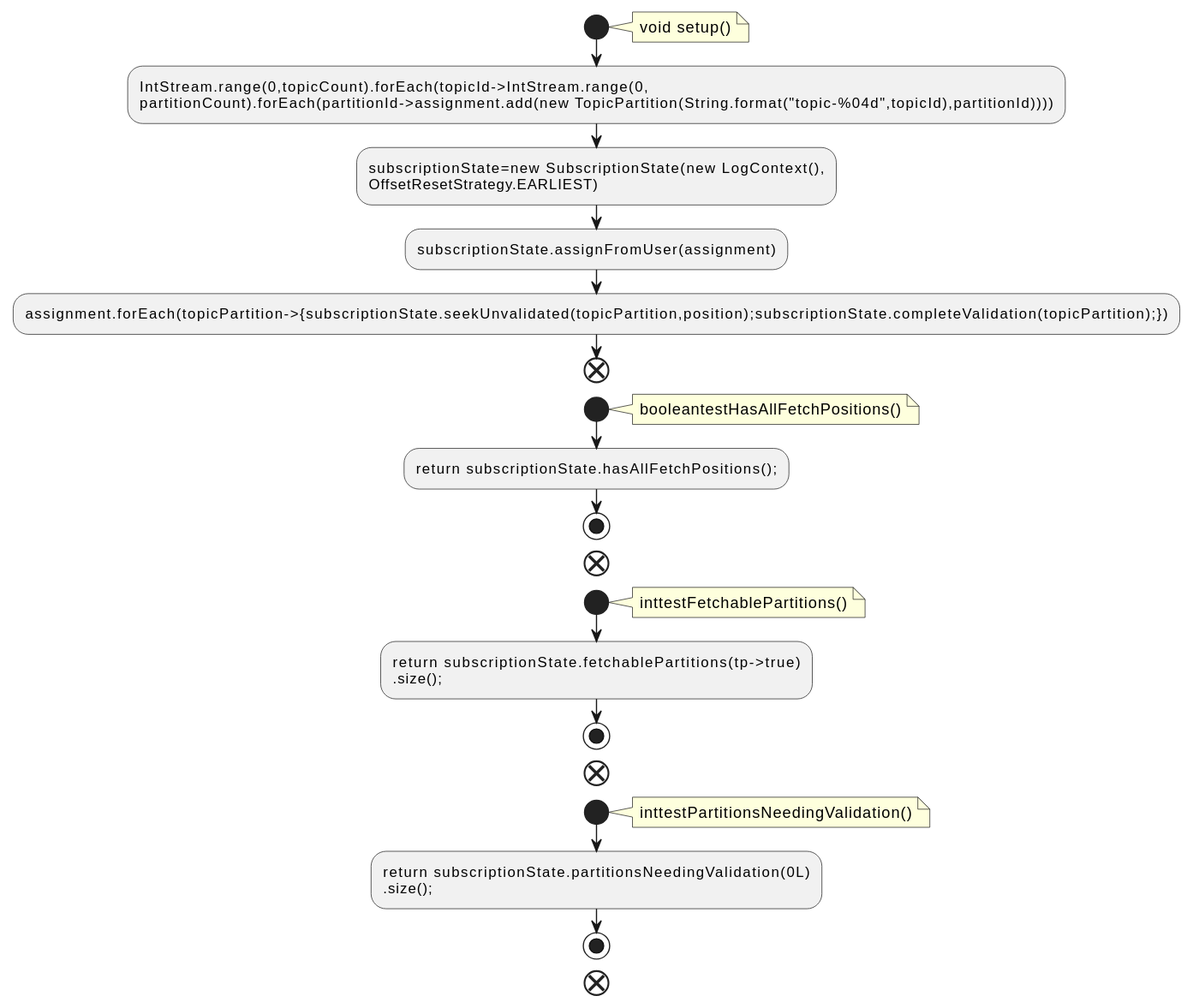
This is docs/qc/jmh-benchmarks/src/main/java/org/apache/kafka/jmh/consumer/SubscriptionStateBenchmark.java.fct.svg from qualitesys/kafka, a PlantUML export, as it was before one commit.
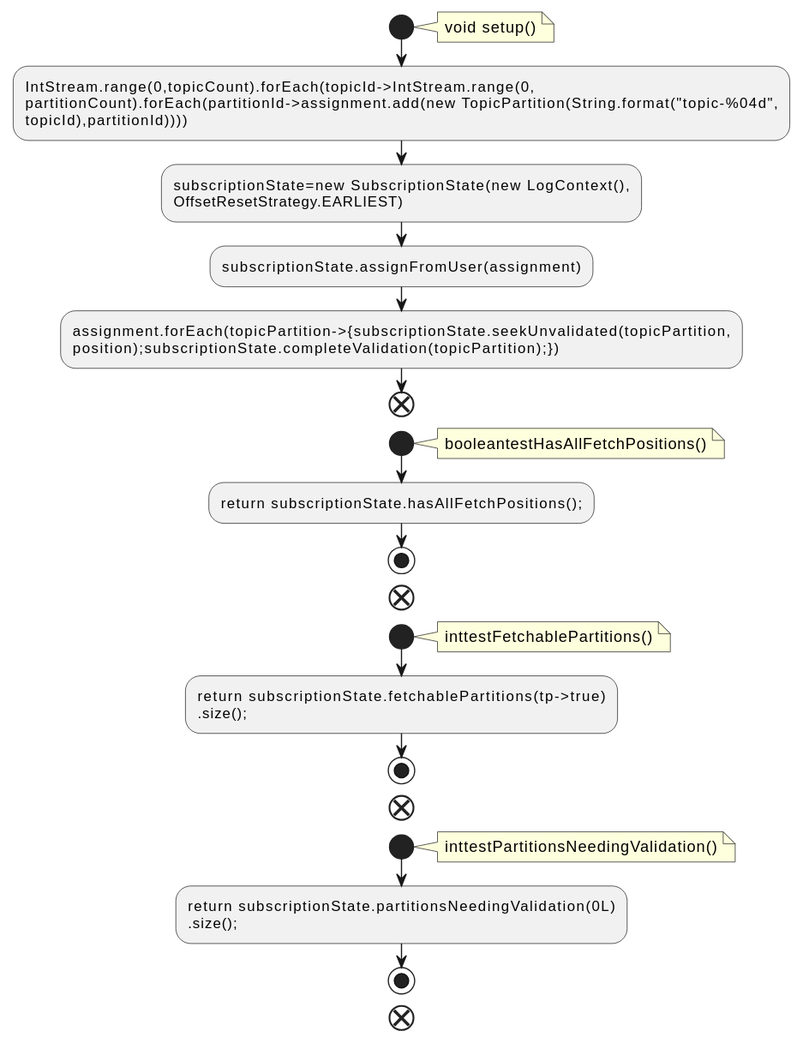
After the change.

The edit, as a diff of the source:
```diff
@@ -5,11 +5,13 @@
 void setup()
 end note
 :IntStream.range(0,topicCount).forEach(topicId->IntStream.range(0,
-partitionCount).forEach(partitionId->assignment.add(new TopicPartition(String.format("topic-%04d",topicId),partitionId))));
+partitionCount).forEach(partitionId->assignment.add(new TopicPartition(String.format("topic-%04d",
+topicId),partitionId))));
 :subscriptionState=new SubscriptionState(new LogContext(),
 OffsetResetStrategy.EARLIEST);
 :subscriptionState.assignFromUser(assignment);
-:assignment.forEach(topicPartition->{subscriptionState.seekUnvalidated(topicPartition,position);subscriptionState.completeValidation(topicPartition);});
+:assignment.forEach(topicPartition->{subscriptionState.seekUnvalidated(topicPartition,
+position);subscriptionState.completeValidation(topicPartition);});
 end
 start
 note right
```
